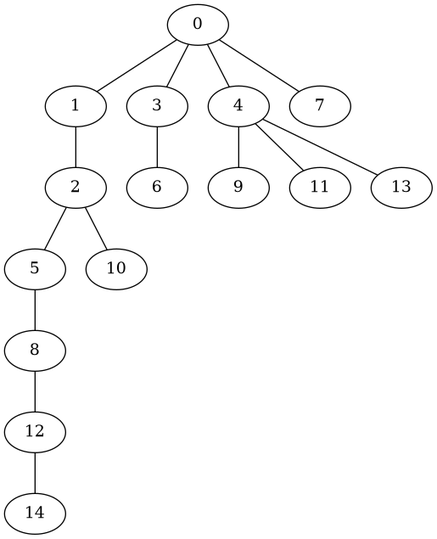
This is graph_visual/graph.png from Kirnero/OptymalizacjaKombinatoryczna, a Graphviz export, as it was before one commit. Its source is kept beside it as graph_visual/graph.dot. Its diagram source:
```dot
graph G {
  0 -- 1;
  0 -- 2;
  0 -- 4;
  0 -- 12;
  2 -- 3;
  2 -- 5;
  2 -- 7;
  2 -- 8;
  2 -- 10;
  2 -- 11;
  3 -- 6;
  4 -- 9;
  5 -- 13;
  8 -- 14;
}
```
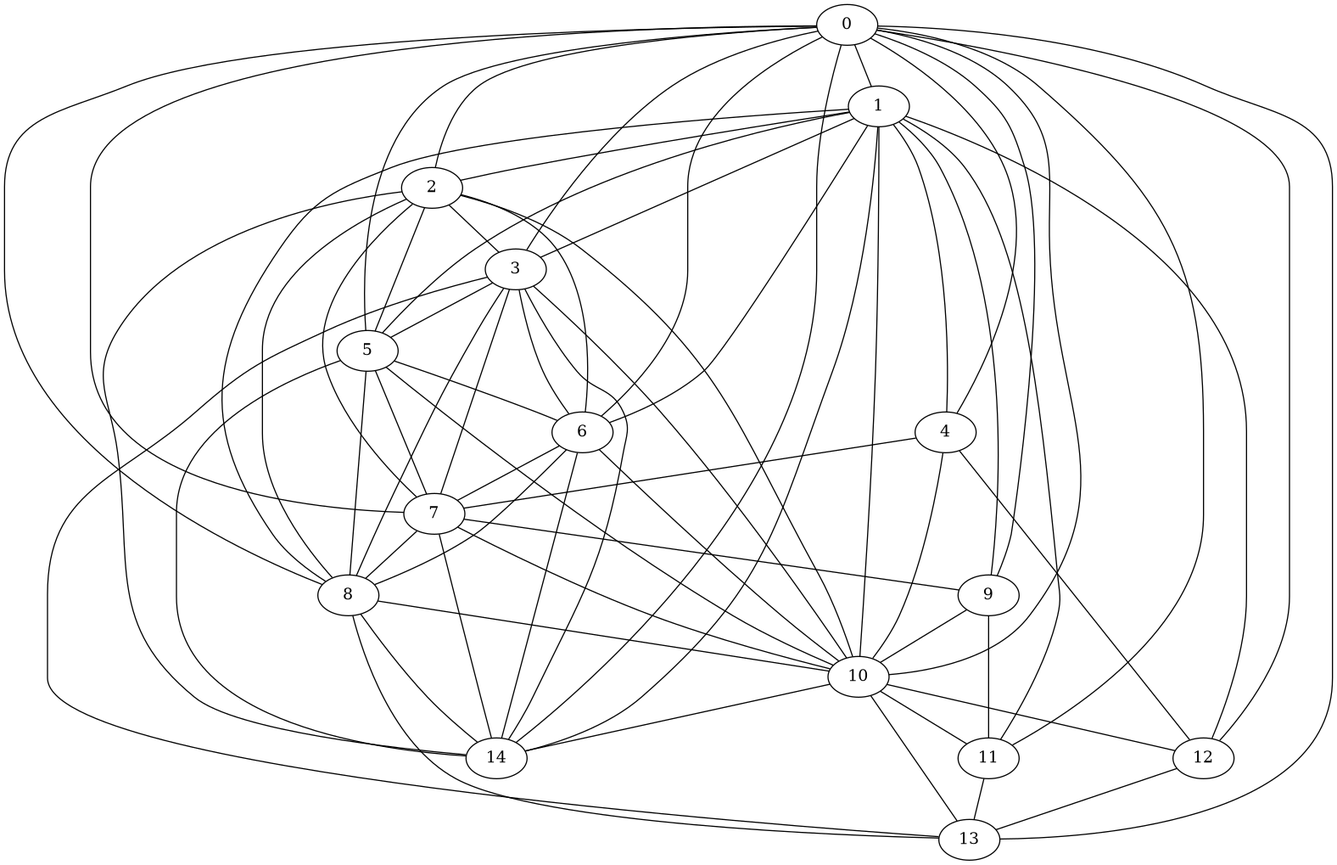
The same diagram one commit later.

Change to the diagram source:
```diff
@@ -1,16 +1,68 @@
 graph G {
   0 -- 1;
   0 -- 2;
+  0 -- 3;
   0 -- 4;
+  0 -- 5;
+  0 -- 6;
+  0 -- 7;
+  0 -- 8;
+  0 -- 10;
+  0 -- 11;
   0 -- 12;
+  0 -- 13;
+  1 -- 2;
+  1 -- 3;
+  1 -- 5;
+  1 -- 7;
+  1 -- 8;
+  1 -- 10;
+  1 -- 11;
+  1 -- 14;
   2 -- 3;
+  2 -- 4;
   2 -- 5;
+  2 -- 6;
   2 -- 7;
   2 -- 8;
+  2 -- 9;
   2 -- 10;
   2 -- 11;
+  2 -- 12;
+  2 -- 13;
+  2 -- 14;
+  3 -- 5;
   3 -- 6;
-  4 -- 9;
-  5 -- 13;
+  3 -- 7;
+  3 -- 8;
+  3 -- 10;
+  4 -- 5;
+  4 -- 7;
+  4 -- 10;
+  4 -- 12;
+  5 -- 6;
+  5 -- 7;
+  5 -- 8;
+  5 -- 10;
+  5 -- 12;
+  6 -- 7;
+  6 -- 8;
+  6 -- 9;
+  6 -- 10;
+  6 -- 13;
+  7 -- 8;
+  7 -- 10;
+  7 -- 12;
+  8 -- 9;
+  8 -- 10;
+  8 -- 11;
+  8 -- 13;
   8 -- 14;
+  9 -- 10;
+  9 -- 11;
+  10 -- 11;
+  10 -- 12;
+  10 -- 13;
+  10 -- 14;
+  13 -- 14;
 }
```
